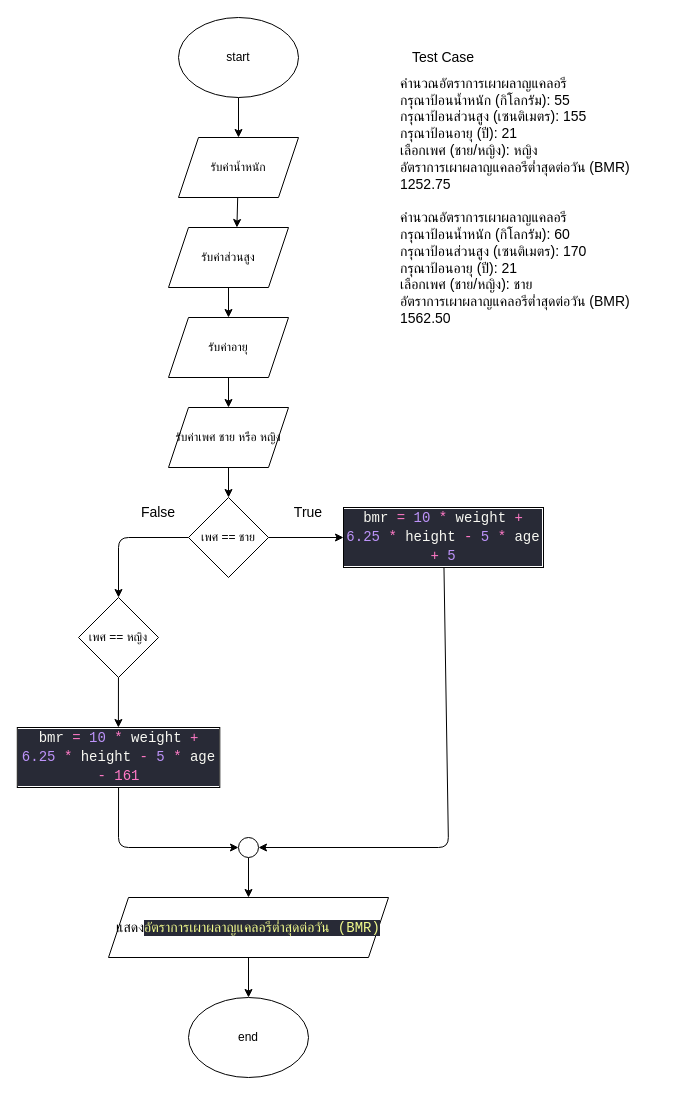
Earlier version of the draw.io diagram TestSubTest/BMR.drawio (RawipornS/ProblemSolving). Source tidied: cells renumbered, new cells numbered last; positions are measured from the earlier drawing's top-left corner, leaving out a move shared by most shapes. Both pictures are drawn from the tidied source at 100%, with x=0, y=0 at pixel (17, 17).
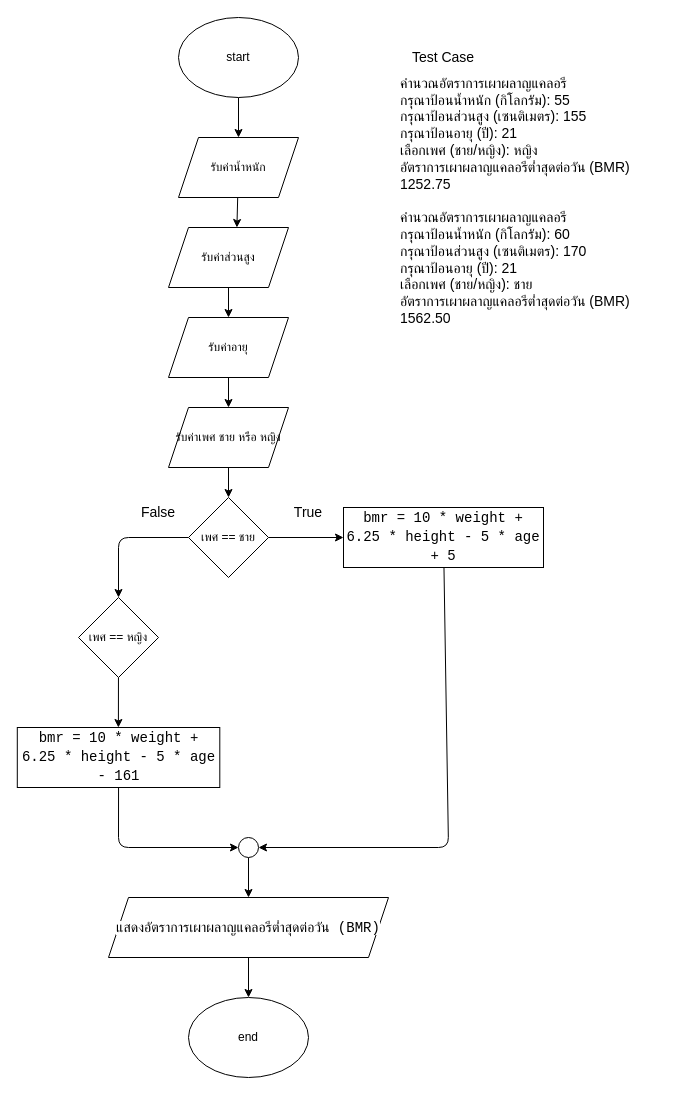
The same diagram, later.

Diff of the diagram source:
```diff
@@
-    <mxCell id="16" value="&lt;div style=&quot;color: rgb(248, 248, 242); background-color: rgb(40, 42, 54); font-family: Consolas, &amp;quot;Courier New&amp;quot;, monospace; font-size: 14px; line-height: 19px;&quot;&gt;&lt;span style=&quot;&quot;&gt;bmr&lt;/span&gt;&lt;span style=&quot;&quot;&gt; &lt;/span&gt;&lt;span style=&quot;color: rgb(255, 121, 198);&quot;&gt;=&amp;nbsp;&lt;/span&gt;&lt;span style=&quot;color: #bd93f9;&quot;&gt;10&lt;/span&gt; &lt;span style=&quot;color: #ff79c6;&quot;&gt;*&lt;/span&gt; weight &lt;span style=&quot;color: #ff79c6;&quot;&gt;+&lt;/span&gt; &lt;span style=&quot;color: #bd93f9;&quot;&gt;6.25&lt;/span&gt; &lt;span style=&quot;color: #ff79c6;&quot;&gt;*&lt;/span&gt; height &lt;span style=&quot;color: #ff79c6;&quot;&gt;-&lt;/span&gt; &lt;span style=&quot;color: #bd93f9;&quot;&gt;5&lt;/span&gt; &lt;span style=&quot;color: #ff79c6;&quot;&gt;*&lt;/span&gt; age &lt;span style=&quot;color: #ff79c6;&quot;&gt;+&lt;/span&gt; &lt;span style=&quot;color: #bd93f9;&quot;&gt;5&lt;/span&gt;&lt;/div&gt;" style="rounded=0;whiteSpace=wrap;html=1;" parent="1" vertex="1">
+    <mxCell id="16" value="&lt;div style=&quot;font-family: Consolas, &amp;quot;Courier New&amp;quot;, monospace; font-size: 14px; line-height: 19px;&quot;&gt;&lt;p style=&quot;&quot;&gt;&lt;span style=&quot;background-color: rgb(255, 255, 255);&quot;&gt;bmr = 10 * weight + 6.25 * height - 5 * age + 5&lt;/span&gt;&lt;/p&gt;&lt;/div&gt;" style="rounded=0;whiteSpace=wrap;html=1;" parent="1" vertex="1">
       <mxGeometry x="326" y="490" width="200" height="60" as="geometry" />
     </mxCell>
@@
-    <mxCell id="20" value="&lt;div style=&quot;background-color: rgb(40, 42, 54); font-family: Consolas, &amp;quot;Courier New&amp;quot;, monospace; font-size: 14px; line-height: 19px;&quot;&gt;&lt;span style=&quot;color: rgb(248, 248, 242);&quot;&gt;bmr&lt;/span&gt;&lt;span style=&quot;color: rgb(248, 248, 242);&quot;&gt; &lt;/span&gt;&lt;span style=&quot;color: rgb(255, 121, 198);&quot;&gt;=&amp;nbsp;&lt;/span&gt;&lt;span style=&quot;color: rgb(248, 248, 242);&quot;&gt;&lt;span style=&quot;color: #bd93f9;&quot;&gt;10&lt;/span&gt; &lt;span style=&quot;color: #ff79c6;&quot;&gt;*&lt;/span&gt; weight &lt;span style=&quot;color: #ff79c6;&quot;&gt;+&lt;/span&gt; &lt;span style=&quot;color: #bd93f9;&quot;&gt;6.25&lt;/span&gt; &lt;span style=&quot;color: #ff79c6;&quot;&gt;*&lt;/span&gt; height &lt;span style=&quot;color: #ff79c6;&quot;&gt;-&lt;/span&gt; &lt;span style=&quot;color: #bd93f9;&quot;&gt;5&lt;/span&gt; &lt;span style=&quot;color: #ff79c6;&quot;&gt;*&lt;/span&gt; age &lt;/span&gt;&lt;font color=&quot;#ff79c6&quot;&gt;- 161&lt;/font&gt;&lt;/div&gt;" style="rounded=0;whiteSpace=wrap;html=1;" parent="1" vertex="1">
+    <mxCell id="20" value="&lt;div style=&quot;font-family: Consolas, &amp;quot;Courier New&amp;quot;, monospace; font-size: 14px; line-height: 19px;&quot;&gt;&lt;span style=&quot;background-color: rgb(255, 255, 255);&quot;&gt;bmr =&amp;nbsp;10 * weight + 6.25 * height - 5 * age - 161&lt;/span&gt;&lt;/div&gt;" style="rounded=0;whiteSpace=wrap;html=1;" parent="1" vertex="1">
       <mxGeometry x="-0.2" y="710" width="202.5" height="60" as="geometry" />
     </mxCell>
@@
-    <mxCell id="22" value="&lt;font style=&quot;font-size: 14px;&quot;&gt;แสดง&lt;/font&gt;&lt;span style=&quot;color: rgb(241, 250, 140); background-color: rgb(40, 42, 54); font-family: Consolas, &amp;quot;Courier New&amp;quot;, monospace; font-size: 14px;&quot;&gt;อัตราการเผาผลาญแคลอรีต่ำสุดต่อวัน (BMR)&lt;/span&gt;" style="shape=parallelogram;perimeter=parallelogramPerimeter;whiteSpace=wrap;html=1;fixedSize=1;" parent="1" vertex="1">
+    <mxCell id="22" value="&lt;span style=&quot;background-color: rgb(255, 255, 255);&quot;&gt;&lt;font style=&quot;font-size: 14px;&quot;&gt;แสดง&lt;/font&gt;&lt;span style=&quot;font-family: Consolas, &amp;quot;Courier New&amp;quot;, monospace; font-size: 14px;&quot;&gt;อัตราการเผาผลาญแคลอรีต่ำสุดต่อวัน (BMR)&lt;/span&gt;&lt;/span&gt;" style="shape=parallelogram;perimeter=parallelogramPerimeter;whiteSpace=wrap;html=1;fixedSize=1;" parent="1" vertex="1">
       <mxGeometry x="91" y="880" width="280" height="60" as="geometry" />
     </mxCell>
```
